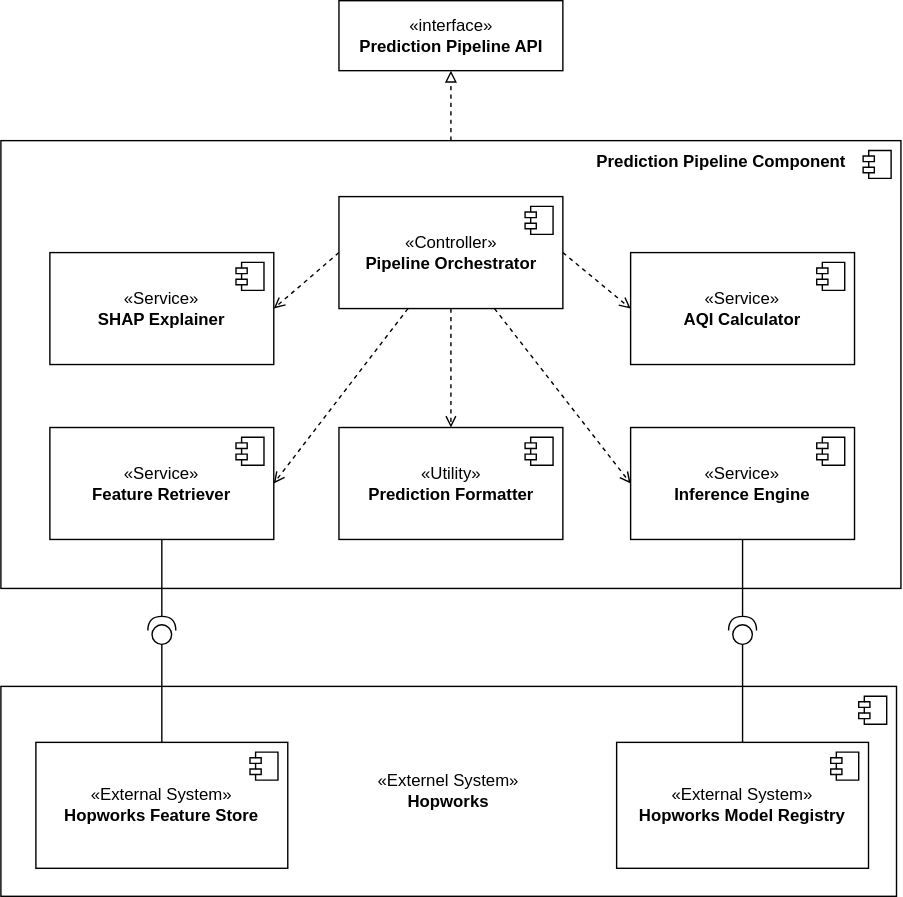
Before: docs/03_architecture/figures/prediction_pipeline_component_diagram.svg, a diagram exported from draw.io (Deadman621/pearls-aqi-predictor). Source tidied: cells renumbered, new cells last; positions are measured from the earlier drawing's top-left corner, leaving out a move shared by most shapes. The source it was exported from:
```xml
<mxGraphModel background="#ffffff">
  <root>
    <mxCell id="0" />
    <mxCell id="1" parent="0" />
    <mxCell id="2" value="&lt;span style=&quot;color: rgb(0, 0, 0);&quot;&gt;«Externel System»&lt;/span&gt;&lt;br style=&quot;color: rgb(63, 63, 63); scrollbar-color: rgb(226, 226, 226) rgb(251, 251, 251);&quot;&gt;&lt;div&gt;&lt;b&gt;Hopworks&lt;/b&gt;&lt;/div&gt;" style="html=1;whiteSpace=wrap;" parent="1" vertex="1">
      <mxGeometry y="490" width="640" height="150" as="geometry" />
    </mxCell>
    <mxCell id="3" style="shape=module;jettyWidth=8;jettyHeight=4;" parent="2" vertex="1">
      <mxGeometry x="1" width="20" height="20" relative="1" as="geometry">
        <mxPoint x="-27" y="7" as="offset" />
      </mxGeometry>
    </mxCell>
    <mxCell id="4" style="html=1;whiteSpace=wrap;" parent="1" vertex="1">
      <mxGeometry y="100" width="643.2" height="320" as="geometry" />
    </mxCell>
    <mxCell id="5" style="shape=module;jettyWidth=8;jettyHeight=4;" parent="4" vertex="1">
      <mxGeometry x="1" width="20" height="20" relative="1" as="geometry">
        <mxPoint x="-27" y="7" as="offset" />
      </mxGeometry>
    </mxCell>
    <mxCell id="6" value="&lt;b&gt;Prediction Pipeline Component&lt;/b&gt;" style="text;html=1;align=center;verticalAlign=middle;whiteSpace=wrap;rounded=0;" parent="1" vertex="1">
      <mxGeometry x="410" y="100" width="210" height="30" as="geometry" />
    </mxCell>
    <mxCell id="7" value="«interface»&lt;br&gt;&lt;b&gt;Prediction Pipeline API&lt;/b&gt;" style="html=1;whiteSpace=wrap;" parent="1" vertex="1">
      <mxGeometry x="241.6" width="160" height="50" as="geometry" />
    </mxCell>
    <mxCell id="8" value="«Service»&lt;br&gt;&lt;b&gt;Feature Retriever&lt;/b&gt;" style="html=1;whiteSpace=wrap;" parent="1" vertex="1">
      <mxGeometry x="35" y="305" width="160" height="80" as="geometry" />
    </mxCell>
    <mxCell id="9" style="shape=module;jettyWidth=8;jettyHeight=4;" parent="8" vertex="1">
      <mxGeometry x="1" width="20" height="20" relative="1" as="geometry">
        <mxPoint x="-27" y="7" as="offset" />
      </mxGeometry>
    </mxCell>
    <mxCell id="10" value="«Service»&lt;br&gt;&lt;b&gt;Inference Engine&lt;/b&gt;" style="html=1;whiteSpace=wrap;" parent="1" vertex="1">
      <mxGeometry x="450" y="305" width="160" height="80" as="geometry" />
    </mxCell>
    <mxCell id="11" style="shape=module;jettyWidth=8;jettyHeight=4;" parent="10" vertex="1">
      <mxGeometry x="1" width="20" height="20" relative="1" as="geometry">
        <mxPoint x="-27" y="7" as="offset" />
      </mxGeometry>
    </mxCell>
    <mxCell id="12" value="«Service»&lt;br&gt;&lt;b&gt;SHAP Explainer&lt;/b&gt;" style="html=1;whiteSpace=wrap;" parent="1" vertex="1">
      <mxGeometry x="35" y="180" width="160" height="80" as="geometry" />
    </mxCell>
    <mxCell id="13" style="shape=module;jettyWidth=8;jettyHeight=4;" parent="12" vertex="1">
      <mxGeometry x="1" width="20" height="20" relative="1" as="geometry">
        <mxPoint x="-27" y="7" as="offset" />
      </mxGeometry>
    </mxCell>
    <mxCell id="14" style="edgeStyle=none;html=1;entryX=1;entryY=0.5;entryDx=0;entryDy=0;endArrow=open;endFill=0;dashed=1;" parent="1" edge="1" source="19" target="8">
      <mxGeometry relative="1" as="geometry" />
    </mxCell>
    <mxCell id="15" style="edgeStyle=none;html=1;entryX=0;entryY=0.5;entryDx=0;entryDy=0;dashed=1;endArrow=open;endFill=0;" parent="1" edge="1" source="19" target="10">
      <mxGeometry relative="1" as="geometry" />
    </mxCell>
    <mxCell id="16" style="edgeStyle=none;html=1;entryX=1;entryY=0.5;entryDx=0;entryDy=0;exitX=0;exitY=0.5;exitDx=0;exitDy=0;dashed=1;endArrow=open;endFill=0;" parent="1" edge="1" source="19" target="12">
      <mxGeometry relative="1" as="geometry" />
    </mxCell>
    <mxCell id="17" style="edgeStyle=none;html=1;entryX=0.5;entryY=1;entryDx=0;entryDy=0;dashed=1;endArrow=block;endFill=0;exitX=0.5;exitY=0;exitDx=0;exitDy=0;" parent="1" edge="1" source="4" target="7">
      <mxGeometry relative="1" as="geometry" />
    </mxCell>
    <mxCell id="18" style="edgeStyle=none;html=1;entryX=0.5;entryY=0;entryDx=0;entryDy=0;dashed=1;endArrow=open;endFill=0;" parent="1" edge="1" source="19" target="24">
      <mxGeometry relative="1" as="geometry" />
    </mxCell>
    <mxCell id="19" value="«Controller»&lt;br&gt;&lt;b&gt;Pipeline Orchestrator&lt;/b&gt;" style="html=1;whiteSpace=wrap;" parent="1" vertex="1">
      <mxGeometry x="241.6" y="140" width="160" height="80" as="geometry" />
    </mxCell>
    <mxCell id="20" style="shape=module;jettyWidth=8;jettyHeight=4;" parent="19" vertex="1">
      <mxGeometry x="1" width="20" height="20" relative="1" as="geometry">
        <mxPoint x="-27" y="7" as="offset" />
      </mxGeometry>
    </mxCell>
    <mxCell id="21" value="«Service»&lt;br&gt;&lt;b&gt;AQI Calculator&lt;/b&gt;" style="html=1;whiteSpace=wrap;" parent="1" vertex="1">
      <mxGeometry x="450" y="180" width="160" height="80" as="geometry" />
    </mxCell>
    <mxCell id="22" style="shape=module;jettyWidth=8;jettyHeight=4;" parent="21" vertex="1">
      <mxGeometry x="1" width="20" height="20" relative="1" as="geometry">
        <mxPoint x="-27" y="7" as="offset" />
      </mxGeometry>
    </mxCell>
    <mxCell id="23" style="edgeStyle=none;html=1;entryX=0;entryY=0.5;entryDx=0;entryDy=0;exitX=1;exitY=0.5;exitDx=0;exitDy=0;dashed=1;endArrow=open;endFill=0;" parent="1" edge="1" source="19" target="21">
      <mxGeometry relative="1" as="geometry" />
    </mxCell>
    <mxCell id="24" value="«Utility»&lt;br&gt;&lt;b&gt;Prediction Formatter&lt;/b&gt;" style="html=1;whiteSpace=wrap;" parent="1" vertex="1">
      <mxGeometry x="241.6" y="305" width="160" height="80" as="geometry" />
    </mxCell>
    <mxCell id="25" style="shape=module;jettyWidth=8;jettyHeight=4;" parent="24" vertex="1">
      <mxGeometry x="1" width="20" height="20" relative="1" as="geometry">
        <mxPoint x="-27" y="7" as="offset" />
      </mxGeometry>
    </mxCell>
    <mxCell id="26" value="«External System»&lt;br&gt;&lt;b&gt;Hopworks Feature Store&lt;/b&gt;" style="html=1;whiteSpace=wrap;" parent="1" vertex="1">
      <mxGeometry x="25" y="530" width="180" height="90" as="geometry" />
    </mxCell>
    <mxCell id="27" style="shape=module;jettyWidth=8;jettyHeight=4;" parent="26" vertex="1">
      <mxGeometry x="1" width="20" height="20" relative="1" as="geometry">
        <mxPoint x="-27" y="7" as="offset" />
      </mxGeometry>
    </mxCell>
    <mxCell id="28" style="shape=providedRequiredInterface;html=1;verticalLabelPosition=bottom;sketch=0;direction=south;rotation=-180;" parent="1" vertex="1">
      <mxGeometry x="105" y="440" width="20" height="20" as="geometry" />
    </mxCell>
    <mxCell id="29" style="edgeStyle=none;html=1;entryX=0;entryY=0.5;entryDx=0;entryDy=0;entryPerimeter=0;endArrow=none;endFill=0;" parent="1" edge="1" source="26" target="28">
      <mxGeometry relative="1" as="geometry" />
    </mxCell>
    <mxCell id="30" style="edgeStyle=none;html=1;entryX=1;entryY=0.5;entryDx=0;entryDy=0;entryPerimeter=0;endArrow=none;endFill=0;" parent="1" edge="1" source="8" target="28">
      <mxGeometry relative="1" as="geometry" />
    </mxCell>
    <mxCell id="31" value="«External System»&lt;br&gt;&lt;b&gt;Hopworks Model Registry&lt;/b&gt;" style="html=1;whiteSpace=wrap;" parent="1" vertex="1">
      <mxGeometry x="440" y="530" width="180" height="90" as="geometry" />
    </mxCell>
    <mxCell id="32" style="shape=module;jettyWidth=8;jettyHeight=4;" parent="31" vertex="1">
      <mxGeometry x="1" width="20" height="20" relative="1" as="geometry">
        <mxPoint x="-27" y="7" as="offset" />
      </mxGeometry>
    </mxCell>
    <mxCell id="33" style="shape=providedRequiredInterface;html=1;verticalLabelPosition=bottom;sketch=0;direction=south;rotation=-180;" parent="1" vertex="1">
      <mxGeometry x="520" y="440" width="20" height="20" as="geometry" />
    </mxCell>
    <mxCell id="34" style="edgeStyle=none;html=1;entryX=0;entryY=0.5;entryDx=0;entryDy=0;entryPerimeter=0;endArrow=none;endFill=0;exitX=0.5;exitY=0;exitDx=0;exitDy=0;" parent="1" edge="1" source="31" target="33">
      <mxGeometry relative="1" as="geometry" />
    </mxCell>
    <mxCell id="35" style="edgeStyle=none;html=1;entryX=1;entryY=0.5;entryDx=0;entryDy=0;entryPerimeter=0;endArrow=none;endFill=0;exitX=0.5;exitY=1;exitDx=0;exitDy=0;" parent="1" edge="1" source="10" target="33">
      <mxGeometry relative="1" as="geometry" />
    </mxCell>
  </root>
</mxGraphModel>
```
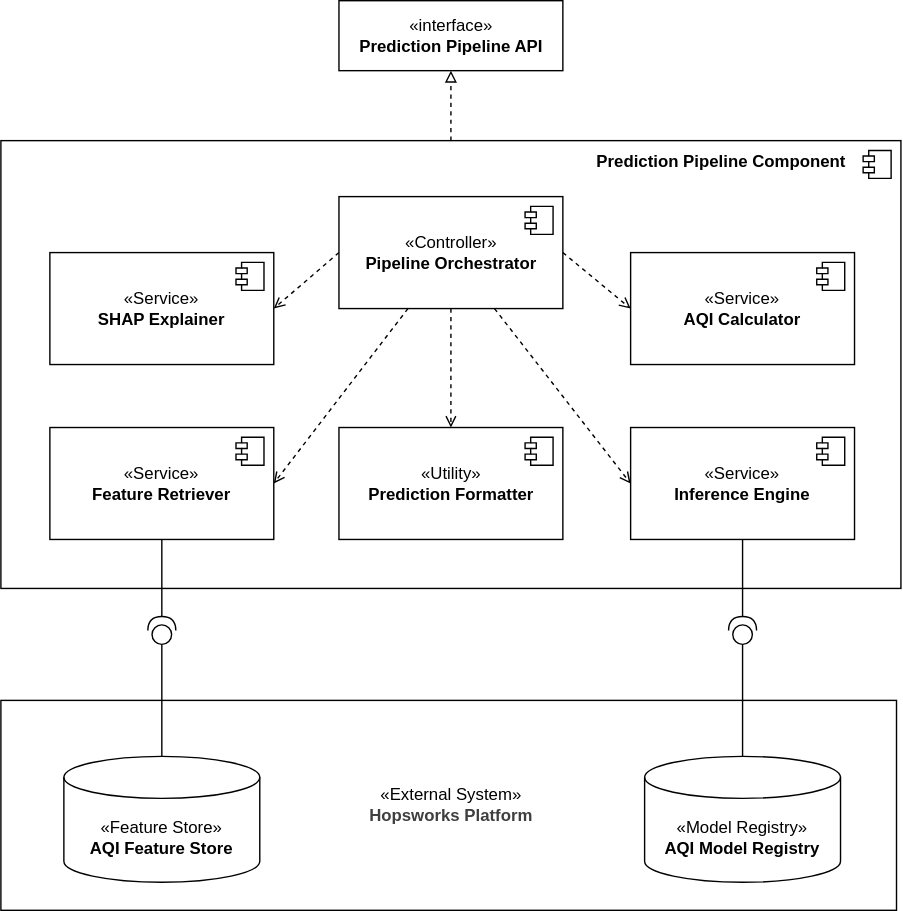
After the commit.

Commit message:
docs(architecture): update prediction pipeline component diagram

What changed in the source:
```diff
@@ -2,14 +2,6 @@
   <root>
     <mxCell id="0" />
     <mxCell id="1" parent="0" />
-    <mxCell id="2" value="&lt;span style=&quot;color: rgb(0, 0, 0);&quot;&gt;«Externel System»&lt;/span&gt;&lt;br style=&quot;color: rgb(63, 63, 63); scrollbar-color: rgb(226, 226, 226) rgb(251, 251, 251);&quot;&gt;&lt;div&gt;&lt;b&gt;Hopworks&lt;/b&gt;&lt;/div&gt;" style="html=1;whiteSpace=wrap;" parent="1" vertex="1">
-      <mxGeometry y="490" width="640" height="150" as="geometry" />
-    </mxCell>
-    <mxCell id="3" style="shape=module;jettyWidth=8;jettyHeight=4;" parent="2" vertex="1">
-      <mxGeometry x="1" width="20" height="20" relative="1" as="geometry">
-        <mxPoint x="-27" y="7" as="offset" />
-      </mxGeometry>
-    </mxCell>
     <mxCell id="4" style="html=1;whiteSpace=wrap;" parent="1" vertex="1">
       <mxGeometry y="100" width="643.2" height="320" as="geometry" />
     </mxCell>
@@ -90,39 +82,35 @@
         <mxPoint x="-27" y="7" as="offset" />
       </mxGeometry>
     </mxCell>
-    <mxCell id="26" value="«External System»&lt;br&gt;&lt;b&gt;Hopworks Feature Store&lt;/b&gt;" style="html=1;whiteSpace=wrap;" parent="1" vertex="1">
-      <mxGeometry x="25" y="530" width="180" height="90" as="geometry" />
-    </mxCell>
-    <mxCell id="27" style="shape=module;jettyWidth=8;jettyHeight=4;" parent="26" vertex="1">
-      <mxGeometry x="1" width="20" height="20" relative="1" as="geometry">
-        <mxPoint x="-27" y="7" as="offset" />
-      </mxGeometry>
-    </mxCell>
     <mxCell id="28" style="shape=providedRequiredInterface;html=1;verticalLabelPosition=bottom;sketch=0;direction=south;rotation=-180;" parent="1" vertex="1">
       <mxGeometry x="105" y="440" width="20" height="20" as="geometry" />
     </mxCell>
+    <mxCell id="30" style="edgeStyle=none;html=1;entryX=1;entryY=0.5;entryDx=0;entryDy=0;entryPerimeter=0;endArrow=none;endFill=0;" parent="1" edge="1" source="8" target="28">
+      <mxGeometry relative="1" as="geometry" />
+    </mxCell>
+    <mxCell id="33" style="shape=providedRequiredInterface;html=1;verticalLabelPosition=bottom;sketch=0;direction=south;rotation=-180;" parent="1" vertex="1">
+      <mxGeometry x="520" y="440" width="20" height="20" as="geometry" />
+    </mxCell>
+    <mxCell id="35" style="edgeStyle=none;html=1;entryX=1;entryY=0.5;entryDx=0;entryDy=0;entryPerimeter=0;endArrow=none;endFill=0;exitX=0.5;exitY=1;exitDx=0;exitDy=0;" parent="1" edge="1" source="10" target="33">
+      <mxGeometry relative="1" as="geometry" />
+    </mxCell>
+    <mxCell id="36" style="html=1;whiteSpace=wrap;verticalAlign=top;align=center;" parent="1" vertex="1">
+      <mxGeometry y="500" width="640" height="150" as="geometry" />
+    </mxCell>
+    <mxCell id="37" value="«Feature Store»&lt;br&gt;&lt;b&gt;AQI Feature Store&lt;/b&gt;" style="shape=cylinder3;whiteSpace=wrap;html=1;boundedLbl=1;backgroundOutline=1;size=15;" parent="1" vertex="1">
+      <mxGeometry x="45" y="540" width="140" height="90" as="geometry" />
+    </mxCell>
+    <mxCell id="38" value="«Model Registry»&lt;br&gt;&lt;b&gt;AQI Model Registry&lt;/b&gt;" style="shape=cylinder3;whiteSpace=wrap;html=1;boundedLbl=1;backgroundOutline=1;size=15;" parent="1" vertex="1">
+      <mxGeometry x="460" y="540" width="140" height="90" as="geometry" />
+    </mxCell>
+    <mxCell id="39" value="&lt;span style=&quot;color: rgb(0, 0, 0);&quot;&gt;«External System»&lt;/span&gt;&lt;br style=&quot;color: rgb(63, 63, 63); scrollbar-color: rgb(226, 226, 226) rgb(251, 251, 251);&quot;&gt;&lt;b style=&quot;color: rgb(63, 63, 63); scrollbar-color: rgb(226, 226, 226) rgb(251, 251, 251);&quot;&gt;Hopsworks Platform&lt;/b&gt;" style="text;html=1;align=center;verticalAlign=middle;whiteSpace=wrap;rounded=0;" parent="1" vertex="1">
+      <mxGeometry x="251.6" y="560" width="140" height="30" as="geometry" />
+    </mxCell>
-    <mxCell id="29" style="edgeStyle=none;html=1;entryX=0;entryY=0.5;entryDx=0;entryDy=0;entryPerimeter=0;endArrow=none;endFill=0;" parent="1" edge="1" source="26" target="28">
+    <mxCell id="29" style="edgeStyle=none;html=1;entryX=0;entryY=0.5;entryDx=0;entryDy=0;entryPerimeter=0;endArrow=none;endFill=0;exitX=0.5;exitY=0;exitDx=0;exitDy=0;exitPerimeter=0;" parent="1" edge="1" source="37" target="28">
       <mxGeometry relative="1" as="geometry" />
     </mxCell>
-    <mxCell id="30" style="edgeStyle=none;html=1;entryX=1;entryY=0.5;entryDx=0;entryDy=0;entryPerimeter=0;endArrow=none;endFill=0;" parent="1" edge="1" source="8" target="28">
-      <mxGeometry relative="1" as="geometry" />
-    </mxCell>
-    <mxCell id="31" value="«External System»&lt;br&gt;&lt;b&gt;Hopworks Model Registry&lt;/b&gt;" style="html=1;whiteSpace=wrap;" parent="1" vertex="1">
-      <mxGeometry x="440" y="530" width="180" height="90" as="geometry" />
-    </mxCell>
-    <mxCell id="32" style="shape=module;jettyWidth=8;jettyHeight=4;" parent="31" vertex="1">
-      <mxGeometry x="1" width="20" height="20" relative="1" as="geometry">
-        <mxPoint x="-27" y="7" as="offset" />
-      </mxGeometry>
-    </mxCell>
-    <mxCell id="33" style="shape=providedRequiredInterface;html=1;verticalLabelPosition=bottom;sketch=0;direction=south;rotation=-180;" parent="1" vertex="1">
-      <mxGeometry x="520" y="440" width="20" height="20" as="geometry" />
-    </mxCell>
-    <mxCell id="34" style="edgeStyle=none;html=1;entryX=0;entryY=0.5;entryDx=0;entryDy=0;entryPerimeter=0;endArrow=none;endFill=0;exitX=0.5;exitY=0;exitDx=0;exitDy=0;" parent="1" edge="1" source="31" target="33">
+    <mxCell id="34" style="edgeStyle=none;html=1;entryX=0;entryY=0.5;entryDx=0;entryDy=0;entryPerimeter=0;endArrow=none;endFill=0;exitX=0.5;exitY=0;exitDx=0;exitDy=0;exitPerimeter=0;" parent="1" edge="1" source="38" target="33">
       <mxGeometry relative="1" as="geometry" />
     </mxCell>
-    <mxCell id="35" style="edgeStyle=none;html=1;entryX=1;entryY=0.5;entryDx=0;entryDy=0;entryPerimeter=0;endArrow=none;endFill=0;exitX=0.5;exitY=1;exitDx=0;exitDy=0;" parent="1" edge="1" source="10" target="33">
-      <mxGeometry relative="1" as="geometry" />
-    </mxCell>
   </root>
 </mxGraphModel>
```
